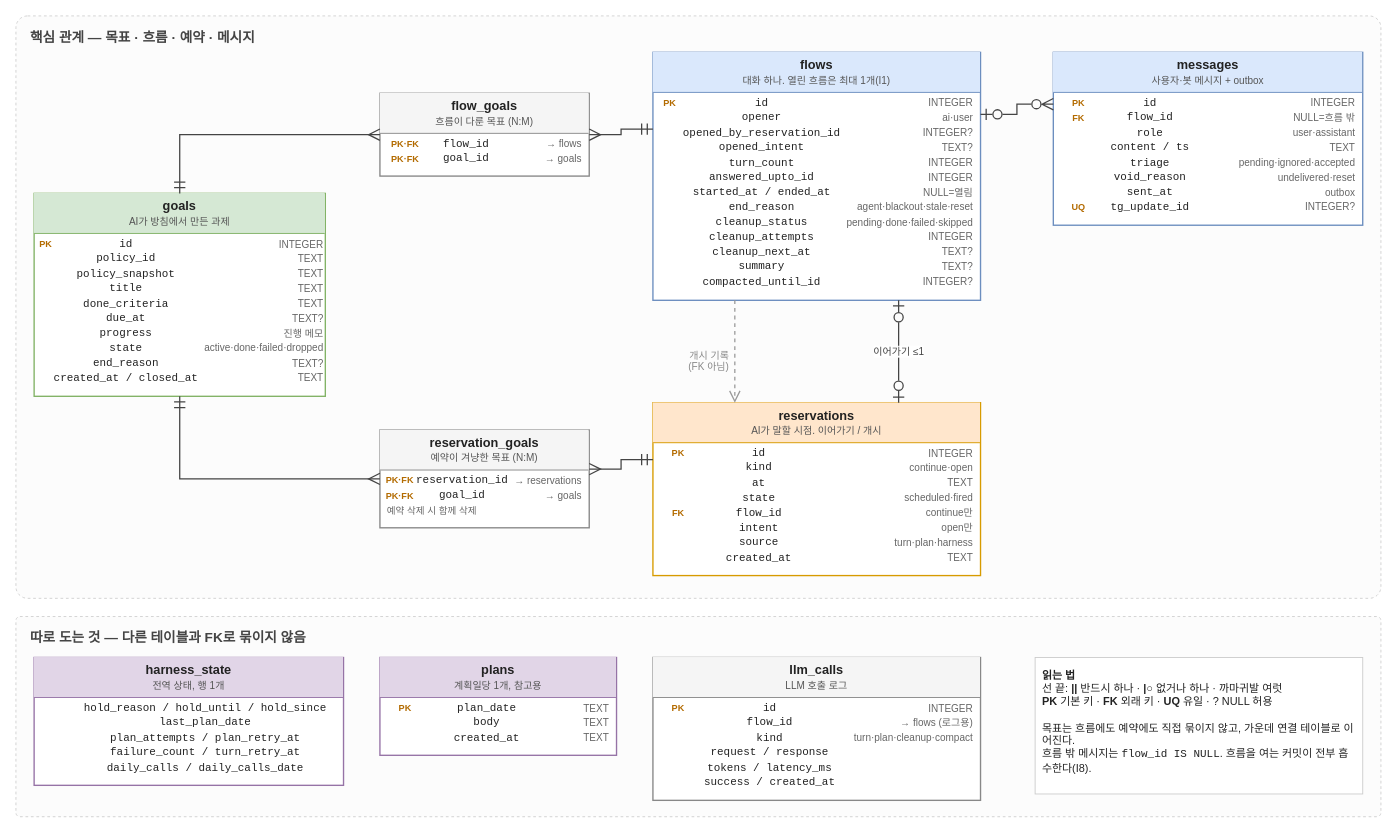
This is docs/harness-erd.drawio from carol-sh/aigan, a draw.io file, before an edit. Source tidied: cells renumbered, new cells numbered last; positions are measured from the earlier drawing's top-left corner, leaving out a move shared by most shapes. Both pictures are drawn from the tidied source at 91%, with x=0, y=0 at pixel (15, 15).
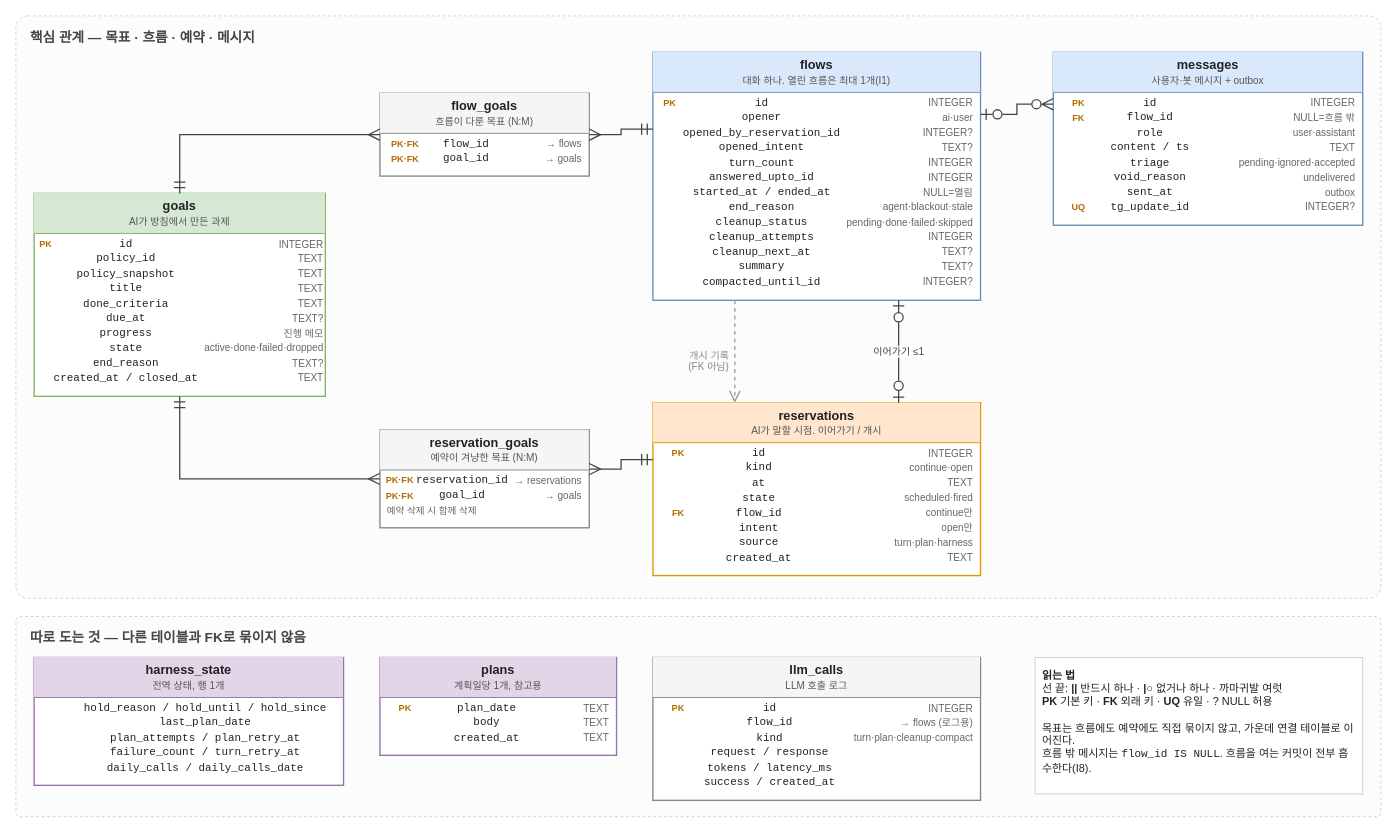
The same diagram, later.

Commit message (it also covers changes not shown here):
docs(v4): make reset return to first-run state

Reset now moves the DB and memory to a backup folder instead of
clearing runtime state only, so the reset-specific close_flow path,
end_reason and void_reason values are gone.

Claude-Session: https://claude.ai/code/session_01KmJ62PniUGbX3qL5QWqR6C

What changed in the source:
```diff
@@
-    <mxCell id="7" value="&lt;div style='background:#dae8fc;border-bottom:1px solid #6c8ebf;padding:6px 0;font-weight:bold;font-size:14px;color:#222'&gt;flows&lt;div style='font-weight:normal;font-size:11px;color:#555;margin-top:2px'&gt;대화 하나. 열린 흐름은 최대 1개(I1)&lt;/div&gt;&lt;/div&gt;&lt;table style='width:100%;border-collapse:collapse;margin-top:3px;padding:0 6px' cellpadding='1'&gt;&lt;tr&gt;&lt;td style='width:44px;padding-left:6px;color:#b36b00;font-size:10px;font-weight:bold;white-space:nowrap'&gt;PK&lt;/td&gt;&lt;td style='font-family:monospace;font-size:12px;color:#222;white-space:nowrap'&gt;id&lt;/td&gt;&lt;td style='font-size:11px;color:#666;text-align:right;padding-left:6px;padding-right:8px;white-space:nowrap'&gt;INTEGER&lt;/td&gt;&lt;/tr&gt;&lt;tr&gt;&lt;td style='width:44px;padding-left:6px;color:#b36b00;font-size:10px;font-weight:bold;white-space:nowrap'&gt;&lt;/td&gt;&lt;td style='font-family:monospace;font-size:12px;color:#222;white-space:nowrap'&gt;opener&lt;/td&gt;&lt;td style='font-size:11px;color:#666;text-align:right;padding-left:6px;padding-right:8px;white-space:nowrap'&gt;ai·user&lt;/td&gt;&lt;/tr&gt;&lt;tr&gt;&lt;td style='width:44px;padding-left:6px;color:#b36b00;font-size:10px;font-weight:bold;white-space:nowrap'&gt;&lt;/td&gt;&lt;td style='font-family:monospace;font-size:12px;color:#222;white-space:nowrap'&gt;opened_by_reservation_id&lt;/td&gt;&lt;td style='font-size:11px;color:#666;text-align:right;padding-left:6px;padding-right:8px;white-space:nowrap'&gt;INTEGER?&lt;/td&gt;&lt;/tr&gt;&lt;tr&gt;&lt;td style='width:44px;padding-left:6px;color:#b36b00;font-size:10px;font-weight:bold;white-space:nowrap'&gt;&lt;/td&gt;&lt;td style='font-family:monospace;font-size:12px;color:#222;white-space:nowrap'&gt;opened_intent&lt;/td&gt;&lt;td style='font-size:11px;color:#666;text-align:right;padding-left:6px;padding-right:8px;white-space:nowrap'&gt;TEXT?&lt;/td&gt;&lt;/tr&gt;&lt;tr&gt;&lt;td style='width:44px;padding-left:6px;color:#b36b00;font-size:10px;font-weight:bold;white-space:nowrap'&gt;&lt;/td&gt;&lt;td style='font-family:monospace;font-size:12px;color:#222;white-space:nowrap'&gt;turn_count&lt;/td&gt;&lt;td style='font-size:11px;color:#666;text-align:right;padding-left:6px;padding-right:8px;white-space:nowrap'&gt;INTEGER&lt;/td&gt;&lt;/tr&gt;&lt;tr&gt;&lt;td style='width:44px;padding-left:6px;color:#b36b00;font-size:10px;font-weight:bold;white-space:nowrap'&gt;&lt;/td&gt;&lt;td style='font-family:monospace;font-size:12px;color:#222;white-space:nowrap'&gt;answered_upto_id&lt;/td&gt;&lt;td style='font-size:11px;color:#666;text-align:right;padding-left:6px;padding-right:8px;white-space:nowrap'&gt;INTEGER&lt;/td&gt;&lt;/tr&gt;&lt;tr&gt;&lt;td style='width:44px;padding-left:6px;color:#b36b00;font-size:10px;font-weight:bold;white-space:nowrap'&gt;&lt;/td&gt;&lt;td style='font-family:monospace;font-size:12px;color:#222;white-space:nowrap'&gt;started_at / ended_at&lt;/td&gt;&lt;td style='font-size:11px;color:#666;text-align:right;padding-left:6px;padding-right:8px;white-space:nowrap'&gt;NULL=열림&lt;/td&gt;&lt;/tr&gt;&lt;tr&gt;&lt;td style='width:44px;padding-left:6px;color:#b36b00;font-size:10px;font-weight:bold;white-space:nowrap'&gt;&lt;/td&gt;&lt;td style='font-family:monospace;font-size:12px;color:#222;white-space:nowrap'&gt;end_reason&lt;/td&gt;&lt;td style='font-size:11px;color:#666;text-align:right;padding-left:6px;padding-right:8px;white-space:nowrap'&gt;agent·blackout·stale·reset&lt;/td&gt;&lt;/tr&gt;&lt;tr&gt;&lt;td style='width:44px;padding-left:6px;color:#b36b00;font-size:10px;font-weight:bold;white-space:nowrap'&gt;&lt;/td&gt;&lt;td style='font-family:monospace;font-size:12px;color:#222;white-space:nowrap'&gt;cleanup_status&lt;/td&gt;&lt;td style='font-size:11px;color:#666;text-align:right;padding-left:6px;padding-right:8px;white-space:nowrap'&gt;pending·done·failed·skipped&lt;/td&gt;&lt;/tr&gt;&lt;tr&gt;&lt;td style='width:44px;padding-left:6px;color:#b36b00;font-size:10px;font-weight:bold;white-space:nowrap'&gt;&lt;/td&gt;&lt;td style='font-family:monospace;font-size:12px;color:#222;white-space:nowrap'&gt;cleanup_attempts&lt;/td&gt;&lt;td style='font-size:11px;color:#666;text-align:right;padding-left:6px;padding-right:8px;white-space:nowrap'&gt;INTEGER&lt;/td&gt;&lt;/tr&gt;&lt;tr&gt;&lt;td style='width:44px;padding-left:6px;color:#b36b00;font-size:10px;font-weight:bold;white-space:nowrap'&gt;&lt;/td&gt;&lt;td style='font-family:monospace;font-size:12px;color:#222;white-space:nowrap'&gt;cleanup_next_at&lt;/td&gt;&lt;td style='font-size:11px;color:#666;text-align:right;padding-left:6px;padding-right:8px;white-space:nowrap'&gt;TEXT?&lt;/td&gt;&lt;/tr&gt;&lt;tr&gt;&lt;td style='width:44px;padding-left:6px;color:#b36b00;font-size:10px;font-weight:bold;white-space:nowrap'&gt;&lt;/td&gt;&lt;td style='font-family:monospace;font-size:12px;color:#222;white-space:nowrap'&gt;summary&lt;/td&gt;&lt;td style='font-size:11px;color:#666;text-align:right;padding-left:6px;padding-right:8px;white-space:nowrap'&gt;TEXT?&lt;/td&gt;&lt;/tr&gt;&lt;tr&gt;&lt;td style='width:44px;padding-left:6px;color:#b36b00;font-size:10px;font-weight:bold;white-space:nowrap'&gt;&lt;/td&gt;&lt;td style='font-family:monospace;font-size:12px;color:#222;white-space:nowrap'&gt;compacted_until_id&lt;/td&gt;&lt;td style='font-size:11px;color:#666;text-align:right;padding-left:6px;padding-right:8px;white-space:nowrap'&gt;INTEGER?&lt;/td&gt;&lt;/tr&gt;&lt;/table&gt;" style="rounded=0;whiteSpace=wrap;html=1;verticalAlign=top;align=center;spacing=0;fillColor=#ffffff;strokeColor=#6c8ebf;strokeWidth=1.5;overflow=fill;" parent="1" vertex="1">
+    <mxCell id="7" value="&lt;div style='background:#dae8fc;border-bottom:1px solid #6c8ebf;padding:6px 0;font-weight:bold;font-size:14px;color:#222'&gt;flows&lt;div style='font-weight:normal;font-size:11px;color:#555;margin-top:2px'&gt;대화 하나. 열린 흐름은 최대 1개(I1)&lt;/div&gt;&lt;/div&gt;&lt;table style='width:100%;border-collapse:collapse;margin-top:3px;padding:0 6px' cellpadding='1'&gt;&lt;tr&gt;&lt;td style='width:44px;padding-left:6px;color:#b36b00;font-size:10px;font-weight:bold;white-space:nowrap'&gt;PK&lt;/td&gt;&lt;td style='font-family:monospace;font-size:12px;color:#222;white-space:nowrap'&gt;id&lt;/td&gt;&lt;td style='font-size:11px;color:#666;text-align:right;padding-left:6px;padding-right:8px;white-space:nowrap'&gt;INTEGER&lt;/td&gt;&lt;/tr&gt;&lt;tr&gt;&lt;td style='width:44px;padding-left:6px;color:#b36b00;font-size:10px;font-weight:bold;white-space:nowrap'&gt;&lt;/td&gt;&lt;td style='font-family:monospace;font-size:12px;color:#222;white-space:nowrap'&gt;opener&lt;/td&gt;&lt;td style='font-size:11px;color:#666;text-align:right;padding-left:6px;padding-right:8px;white-space:nowrap'&gt;ai·user&lt;/td&gt;&lt;/tr&gt;&lt;tr&gt;&lt;td style='width:44px;padding-left:6px;color:#b36b00;font-size:10px;font-weight:bold;white-space:nowrap'&gt;&lt;/td&gt;&lt;td style='font-family:monospace;font-size:12px;color:#222;white-space:nowrap'&gt;opened_by_reservation_id&lt;/td&gt;&lt;td style='font-size:11px;color:#666;text-align:right;padding-left:6px;padding-right:8px;white-space:nowrap'&gt;INTEGER?&lt;/td&gt;&lt;/tr&gt;&lt;tr&gt;&lt;td style='width:44px;padding-left:6px;color:#b36b00;font-size:10px;font-weight:bold;white-space:nowrap'&gt;&lt;/td&gt;&lt;td style='font-family:monospace;font-size:12px;color:#222;white-space:nowrap'&gt;opened_intent&lt;/td&gt;&lt;td style='font-size:11px;color:#666;text-align:right;padding-left:6px;padding-right:8px;white-space:nowrap'&gt;TEXT?&lt;/td&gt;&lt;/tr&gt;&lt;tr&gt;&lt;td style='width:44px;padding-left:6px;color:#b36b00;font-size:10px;font-weight:bold;white-space:nowrap'&gt;&lt;/td&gt;&lt;td style='font-family:monospace;font-size:12px;color:#222;white-space:nowrap'&gt;turn_count&lt;/td&gt;&lt;td style='font-size:11px;color:#666;text-align:right;padding-left:6px;padding-right:8px;white-space:nowrap'&gt;INTEGER&lt;/td&gt;&lt;/tr&gt;&lt;tr&gt;&lt;td style='width:44px;padding-left:6px;color:#b36b00;font-size:10px;font-weight:bold;white-space:nowrap'&gt;&lt;/td&gt;&lt;td style='font-family:monospace;font-size:12px;color:#222;white-space:nowrap'&gt;answered_upto_id&lt;/td&gt;&lt;td style='font-size:11px;color:#666;text-align:right;padding-left:6px;padding-right:8px;white-space:nowrap'&gt;INTEGER&lt;/td&gt;&lt;/tr&gt;&lt;tr&gt;&lt;td style='width:44px;padding-left:6px;color:#b36b00;font-size:10px;font-weight:bold;white-space:nowrap'&gt;&lt;/td&gt;&lt;td style='font-family:monospace;font-size:12px;color:#222;white-space:nowrap'&gt;started_at / ended_at&lt;/td&gt;&lt;td style='font-size:11px;color:#666;text-align:right;padding-left:6px;padding-right:8px;white-space:nowrap'&gt;NULL=열림&lt;/td&gt;&lt;/tr&gt;&lt;tr&gt;&lt;td style='width:44px;padding-left:6px;color:#b36b00;font-size:10px;font-weight:bold;white-space:nowrap'&gt;&lt;/td&gt;&lt;td style='font-family:monospace;font-size:12px;color:#222;white-space:nowrap'&gt;end_reason&lt;/td&gt;&lt;td style='font-size:11px;color:#666;text-align:right;padding-left:6px;padding-right:8px;white-space:nowrap'&gt;agent·blackout·stale&lt;/td&gt;&lt;/tr&gt;&lt;tr&gt;&lt;td style='width:44px;padding-left:6px;color:#b36b00;font-size:10px;font-weight:bold;white-space:nowrap'&gt;&lt;/td&gt;&lt;td style='font-family:monospace;font-size:12px;color:#222;white-space:nowrap'&gt;cleanup_status&lt;/td&gt;&lt;td style='font-size:11px;color:#666;text-align:right;padding-left:6px;padding-right:8px;white-space:nowrap'&gt;pending·done·failed·skipped&lt;/td&gt;&lt;/tr&gt;&lt;tr&gt;&lt;td style='width:44px;padding-left:6px;color:#b36b00;font-size:10px;font-weight:bold;white-space:nowrap'&gt;&lt;/td&gt;&lt;td style='font-family:monospace;font-size:12px;color:#222;white-space:nowrap'&gt;cleanup_attempts&lt;/td&gt;&lt;td style='font-size:11px;color:#666;text-align:right;padding-left:6px;padding-right:8px;white-space:nowrap'&gt;INTEGER&lt;/td&gt;&lt;/tr&gt;&lt;tr&gt;&lt;td style='width:44px;padding-left:6px;color:#b36b00;font-size:10px;font-weight:bold;white-space:nowrap'&gt;&lt;/td&gt;&lt;td style='font-family:monospace;font-size:12px;color:#222;white-space:nowrap'&gt;cleanup_next_at&lt;/td&gt;&lt;td style='font-size:11px;color:#666;text-align:right;padding-left:6px;padding-right:8px;white-space:nowrap'&gt;TEXT?&lt;/td&gt;&lt;/tr&gt;&lt;tr&gt;&lt;td style='width:44px;padding-left:6px;color:#b36b00;font-size:10px;font-weight:bold;white-space:nowrap'&gt;&lt;/td&gt;&lt;td style='font-family:monospace;font-size:12px;color:#222;white-space:nowrap'&gt;summary&lt;/td&gt;&lt;td style='font-size:11px;color:#666;text-align:right;padding-left:6px;padding-right:8px;white-space:nowrap'&gt;TEXT?&lt;/td&gt;&lt;/tr&gt;&lt;tr&gt;&lt;td style='width:44px;padding-left:6px;color:#b36b00;font-size:10px;font-weight:bold;white-space:nowrap'&gt;&lt;/td&gt;&lt;td style='font-family:monospace;font-size:12px;color:#222;white-space:nowrap'&gt;compacted_until_id&lt;/td&gt;&lt;td style='font-size:11px;color:#666;text-align:right;padding-left:6px;padding-right:8px;white-space:nowrap'&gt;INTEGER?&lt;/td&gt;&lt;/tr&gt;&lt;/table&gt;" style="rounded=0;whiteSpace=wrap;html=1;verticalAlign=top;align=center;spacing=0;fillColor=#ffffff;strokeColor=#6c8ebf;strokeWidth=1.5;overflow=fill;" parent="1" vertex="1">
       <mxGeometry x="700" y="40" width="360" height="272.5" as="geometry" />
     </mxCell>
@@
-    <mxCell id="9" value="&lt;div style='background:#dae8fc;border-bottom:1px solid #6c8ebf;padding:6px 0;font-weight:bold;font-size:14px;color:#222'&gt;messages&lt;div style='font-weight:normal;font-size:11px;color:#555;margin-top:2px'&gt;사용자·봇 메시지 + outbox&lt;/div&gt;&lt;/div&gt;&lt;table style='width:100%;border-collapse:collapse;margin-top:3px;padding:0 6px' cellpadding='1'&gt;&lt;tr&gt;&lt;td style='width:44px;padding-left:6px;color:#b36b00;font-size:10px;font-weight:bold;white-space:nowrap'&gt;PK&lt;/td&gt;&lt;td style='font-family:monospace;font-size:12px;color:#222;white-space:nowrap'&gt;id&lt;/td&gt;&lt;td style='font-size:11px;color:#666;text-align:right;padding-left:6px;padding-right:8px;white-space:nowrap'&gt;INTEGER&lt;/td&gt;&lt;/tr&gt;&lt;tr&gt;&lt;td style='width:44px;padding-left:6px;color:#b36b00;font-size:10px;font-weight:bold;white-space:nowrap'&gt;FK&lt;/td&gt;&lt;td style='font-family:monospace;font-size:12px;color:#222;white-space:nowrap'&gt;flow_id&lt;/td&gt;&lt;td style='font-size:11px;color:#666;text-align:right;padding-left:6px;padding-right:8px;white-space:nowrap'&gt;NULL=흐름 밖&lt;/td&gt;&lt;/tr&gt;&lt;tr&gt;&lt;td style='width:44px;padding-left:6px;color:#b36b00;font-size:10px;font-weight:bold;white-space:nowrap'&gt;&lt;/td&gt;&lt;td style='font-family:monospace;font-size:12px;color:#222;white-space:nowrap'&gt;role&lt;/td&gt;&lt;td style='font-size:11px;color:#666;text-align:right;padding-left:6px;padding-right:8px;white-space:nowrap'&gt;user·assistant&lt;/td&gt;&lt;/tr&gt;&lt;tr&gt;&lt;td style='width:44px;padding-left:6px;color:#b36b00;font-size:10px;font-weight:bold;white-space:nowrap'&gt;&lt;/td&gt;&lt;td style='font-family:monospace;font-size:12px;color:#222;white-space:nowrap'&gt;content / ts&lt;/td&gt;&lt;td style='font-size:11px;color:#666;text-align:right;padding-left:6px;padding-right:8px;white-space:nowrap'&gt;TEXT&lt;/td&gt;&lt;/tr&gt;&lt;tr&gt;&lt;td style='width:44px;padding-left:6px;color:#b36b00;font-size:10px;font-weight:bold;white-space:nowrap'&gt;&lt;/td&gt;&lt;td style='font-family:monospace;font-size:12px;color:#222;white-space:nowrap'&gt;triage&lt;/td&gt;&lt;td style='font-size:11px;color:#666;text-align:right;padding-left:6px;padding-right:8px;white-space:nowrap'&gt;pending·ignored·accepted&lt;/td&gt;&lt;/tr&gt;&lt;tr&gt;&lt;td style='width:44px;padding-left:6px;color:#b36b00;font-size:10px;font-weight:bold;white-space:nowrap'&gt;&lt;/td&gt;&lt;td style='font-family:monospace;font-size:12px;color:#222;white-space:nowrap'&gt;void_reason&lt;/td&gt;&lt;td style='font-size:11px;color:#666;text-align:right;padding-left:6px;padding-right:8px;white-space:nowrap'&gt;undelivered·reset&lt;/td&gt;&lt;/tr&gt;&lt;tr&gt;&lt;td style='width:44px;padding-left:6px;color:#b36b00;font-size:10px;font-weight:bold;white-space:nowrap'&gt;&lt;/td&gt;&lt;td style='font-family:monospace;font-size:12px;color:#222;white-space:nowrap'&gt;sent_at&lt;/td&gt;&lt;td style='font-size:11px;color:#666;text-align:right;padding-left:6px;padding-right:8px;white-space:nowrap'&gt;outbox&lt;/td&gt;&lt;/tr&gt;&lt;tr&gt;&lt;td style='width:44px;padding-left:6px;color:#b36b00;font-size:10px;font-weight:bold;white-space:nowrap'&gt;UQ&lt;/td&gt;&lt;td style='font-family:monospace;font-size:12px;color:#222;white-space:nowrap'&gt;tg_update_id&lt;/td&gt;&lt;td style='font-size:11px;color:#666;text-align:right;padding-left:6px;padding-right:8px;white-space:nowrap'&gt;INTEGER?&lt;/td&gt;&lt;/tr&gt;&lt;/table&gt;" style="rounded=0;whiteSpace=wrap;html=1;verticalAlign=top;align=center;spacing=0;fillColor=#ffffff;strokeColor=#6c8ebf;strokeWidth=1.5;overflow=fill;" parent="1" vertex="1">
+    <mxCell id="9" value="&lt;div style='background:#dae8fc;border-bottom:1px solid #6c8ebf;padding:6px 0;font-weight:bold;font-size:14px;color:#222'&gt;messages&lt;div style='font-weight:normal;font-size:11px;color:#555;margin-top:2px'&gt;사용자·봇 메시지 + outbox&lt;/div&gt;&lt;/div&gt;&lt;table style='width:100%;border-collapse:collapse;margin-top:3px;padding:0 6px' cellpadding='1'&gt;&lt;tr&gt;&lt;td style='width:44px;padding-left:6px;color:#b36b00;font-size:10px;font-weight:bold;white-space:nowrap'&gt;PK&lt;/td&gt;&lt;td style='font-family:monospace;font-size:12px;color:#222;white-space:nowrap'&gt;id&lt;/td&gt;&lt;td style='font-size:11px;color:#666;text-align:right;padding-left:6px;padding-right:8px;white-space:nowrap'&gt;INTEGER&lt;/td&gt;&lt;/tr&gt;&lt;tr&gt;&lt;td style='width:44px;padding-left:6px;color:#b36b00;font-size:10px;font-weight:bold;white-space:nowrap'&gt;FK&lt;/td&gt;&lt;td style='font-family:monospace;font-size:12px;color:#222;white-space:nowrap'&gt;flow_id&lt;/td&gt;&lt;td style='font-size:11px;color:#666;text-align:right;padding-left:6px;padding-right:8px;white-space:nowrap'&gt;NULL=흐름 밖&lt;/td&gt;&lt;/tr&gt;&lt;tr&gt;&lt;td style='width:44px;padding-left:6px;color:#b36b00;font-size:10px;font-weight:bold;white-space:nowrap'&gt;&lt;/td&gt;&lt;td style='font-family:monospace;font-size:12px;color:#222;white-space:nowrap'&gt;role&lt;/td&gt;&lt;td style='font-size:11px;color:#666;text-align:right;padding-left:6px;padding-right:8px;white-space:nowrap'&gt;user·assistant&lt;/td&gt;&lt;/tr&gt;&lt;tr&gt;&lt;td style='width:44px;padding-left:6px;color:#b36b00;font-size:10px;font-weight:bold;white-space:nowrap'&gt;&lt;/td&gt;&lt;td style='font-family:monospace;font-size:12px;color:#222;white-space:nowrap'&gt;content / ts&lt;/td&gt;&lt;td style='font-size:11px;color:#666;text-align:right;padding-left:6px;padding-right:8px;white-space:nowrap'&gt;TEXT&lt;/td&gt;&lt;/tr&gt;&lt;tr&gt;&lt;td style='width:44px;padding-left:6px;color:#b36b00;font-size:10px;font-weight:bold;white-space:nowrap'&gt;&lt;/td&gt;&lt;td style='font-family:monospace;font-size:12px;color:#222;white-space:nowrap'&gt;triage&lt;/td&gt;&lt;td style='font-size:11px;color:#666;text-align:right;padding-left:6px;padding-right:8px;white-space:nowrap'&gt;pending·ignored·accepted&lt;/td&gt;&lt;/tr&gt;&lt;tr&gt;&lt;td style='width:44px;padding-left:6px;color:#b36b00;font-size:10px;font-weight:bold;white-space:nowrap'&gt;&lt;/td&gt;&lt;td style='font-family:monospace;font-size:12px;color:#222;white-space:nowrap'&gt;void_reason&lt;/td&gt;&lt;td style='font-size:11px;color:#666;text-align:right;padding-left:6px;padding-right:8px;white-space:nowrap'&gt;undelivered&lt;/td&gt;&lt;/tr&gt;&lt;tr&gt;&lt;td style='width:44px;padding-left:6px;color:#b36b00;font-size:10px;font-weight:bold;white-space:nowrap'&gt;&lt;/td&gt;&lt;td style='font-family:monospace;font-size:12px;color:#222;white-space:nowrap'&gt;sent_at&lt;/td&gt;&lt;td style='font-size:11px;color:#666;text-align:right;padding-left:6px;padding-right:8px;white-space:nowrap'&gt;outbox&lt;/td&gt;&lt;/tr&gt;&lt;tr&gt;&lt;td style='width:44px;padding-left:6px;color:#b36b00;font-size:10px;font-weight:bold;white-space:nowrap'&gt;UQ&lt;/td&gt;&lt;td style='font-family:monospace;font-size:12px;color:#222;white-space:nowrap'&gt;tg_update_id&lt;/td&gt;&lt;td style='font-size:11px;color:#666;text-align:right;padding-left:6px;padding-right:8px;white-space:nowrap'&gt;INTEGER?&lt;/td&gt;&lt;/tr&gt;&lt;/table&gt;" style="rounded=0;whiteSpace=wrap;html=1;verticalAlign=top;align=center;spacing=0;fillColor=#ffffff;strokeColor=#6c8ebf;strokeWidth=1.5;overflow=fill;" parent="1" vertex="1">
       <mxGeometry x="1140" y="40" width="340" height="190" as="geometry" />
     </mxCell>
```
